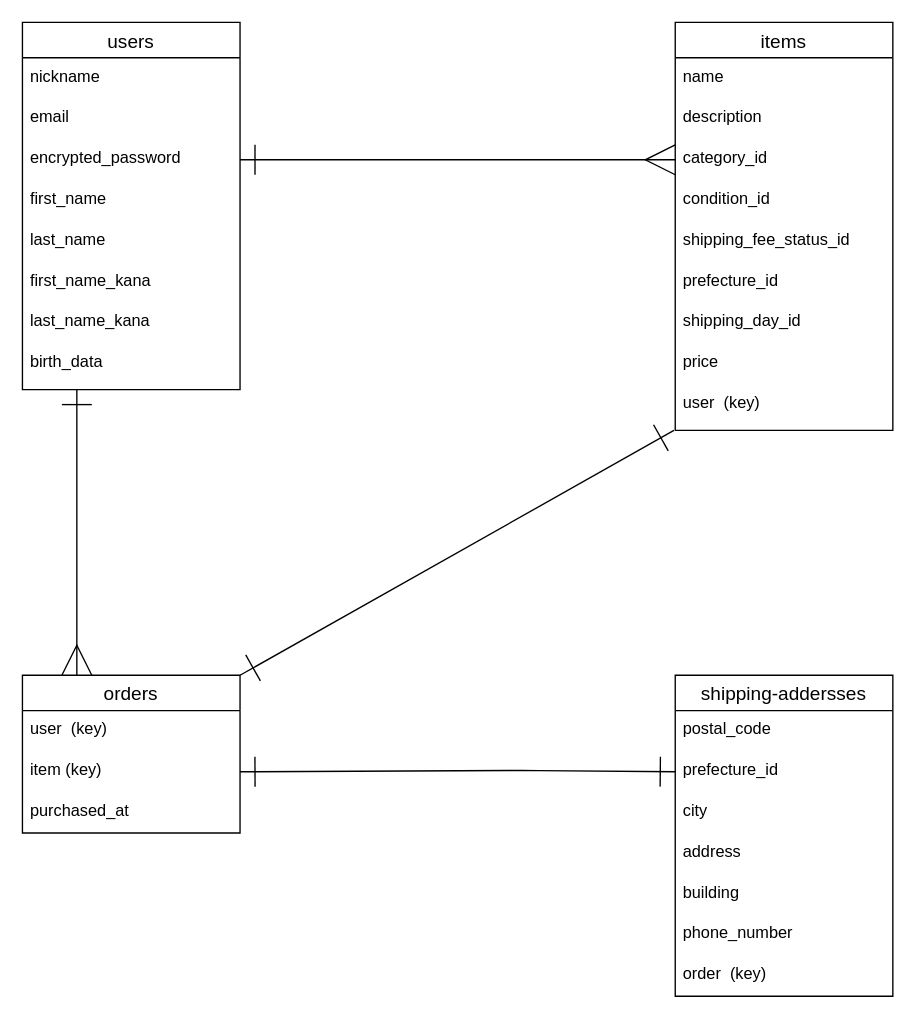
Above: ER.dio in Nao199/furima-41311 (draw.io), before the change. Source tidied: cells renumbered, new cells numbered last; positions are measured from the earlier drawing's top-left corner, leaving out a move shared by most shapes. Both pictures are drawn from the tidied source at 136%, with x=0, y=0 at pixel (22, 22).
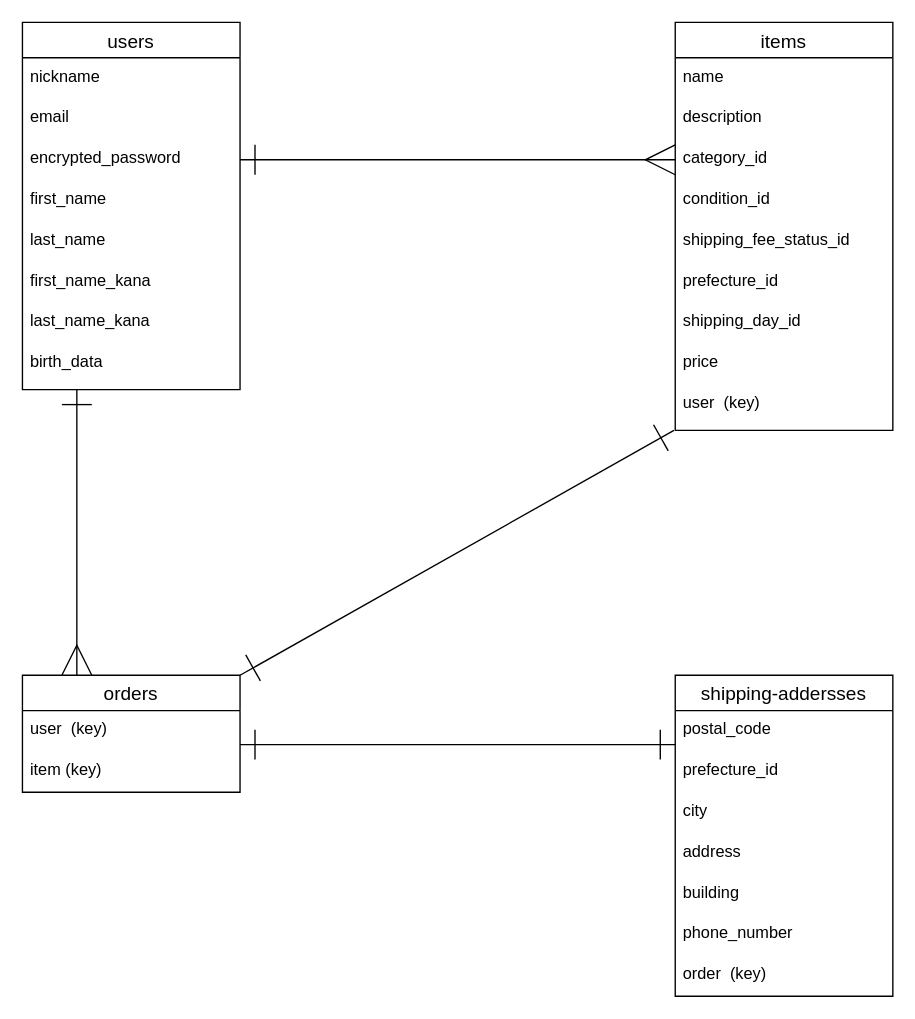
After the change.

Commit message (it also covers changes not shown here):
ER図・README修正２回目

The change refers to these unchanged cells:
```xml
<mxCell id="15" value="item (key)" style="text;strokeColor=none;fillColor=none;spacingLeft=4;spacingRight=4;overflow=hidden;points=[[0,0.5],[1,0.5]];portConstraint=eastwest;fontSize=12;" parent="13" vertex="1">
  <mxGeometry y="56" width="160" height="30" as="geometry" />
</mxCell>
<mxCell id="19" value="prefecture_id" style="text;strokeColor=none;fillColor=none;spacingLeft=4;spacingRight=4;overflow=hidden;points=[[0,0.5],[1,0.5]];portConstraint=eastwest;fontSize=12;" parent="17" vertex="1">
  <mxGeometry y="56" width="160" height="30" as="geometry" />
</mxCell>
```

Change to the diagram source:
```diff
@@
     <mxCell id="13" value="orders" style="swimlane;fontStyle=0;horizontal=1;startSize=26;align=center;fontSize=14;" parent="1" vertex="1">
-      <mxGeometry y="480" width="160" height="116" as="geometry" />
+      <mxGeometry y="480" width="160" height="86" as="geometry" />
     </mxCell>
@@
-    <mxCell id="16" value="purchased_at" style="text;strokeColor=none;fillColor=none;spacingLeft=4;spacingRight=4;overflow=hidden;fontSize=12;" parent="13" vertex="1">
-      <mxGeometry y="86" width="160" height="30" as="geometry" />
-    </mxCell>
@@
-    <mxCell id="36" style="edgeStyle=none;html=1;exitX=1;exitY=0.5;exitDx=0;exitDy=0;entryX=0;entryY=0.5;entryDx=0;entryDy=0;strokeWidth=1;startArrow=ERone;startFill=0;endArrow=ERone;endFill=0;startSize=20;endSize=20;sourcePerimeterSpacing=0;targetPerimeterSpacing=0;" parent="1" edge="1" source="15" target="19">
+    <mxCell id="36" style="edgeStyle=none;html=1;exitX=1;exitY=-0.167;exitDx=0;exitDy=0;strokeWidth=1;startArrow=ERone;startFill=0;endArrow=ERone;endFill=0;startSize=20;endSize=20;sourcePerimeterSpacing=0;targetPerimeterSpacing=0;exitPerimeter=0;" parent="1" edge="1" source="15">
       <mxGeometry relative="1" as="geometry">
-        <Array as="points">
-          <mxPoint x="370" y="550" />
-        </Array>
+        <mxPoint x="480" y="531" as="targetPoint" />
       </mxGeometry>
     </mxCell>
```
